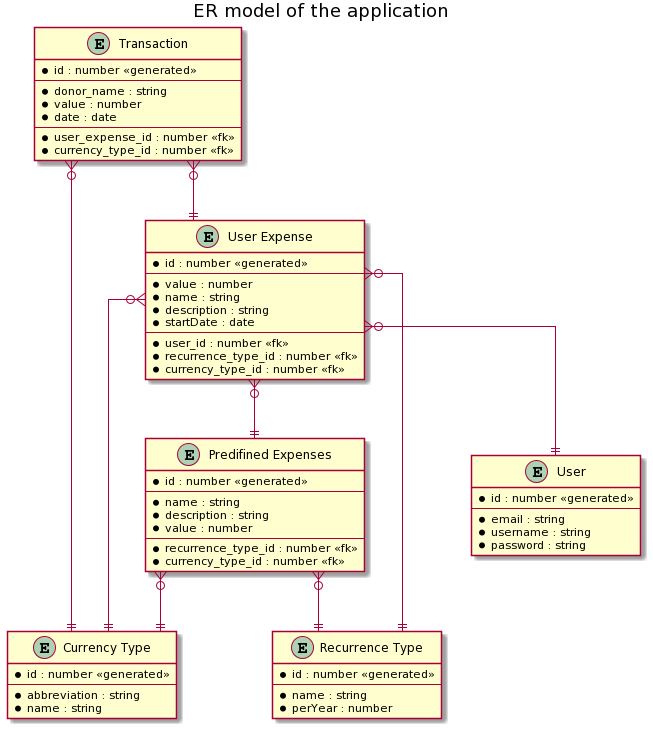
This is docs/img/er_model.png from szattila98/veryrezsi, a PlantUML export, as it was before one commit.
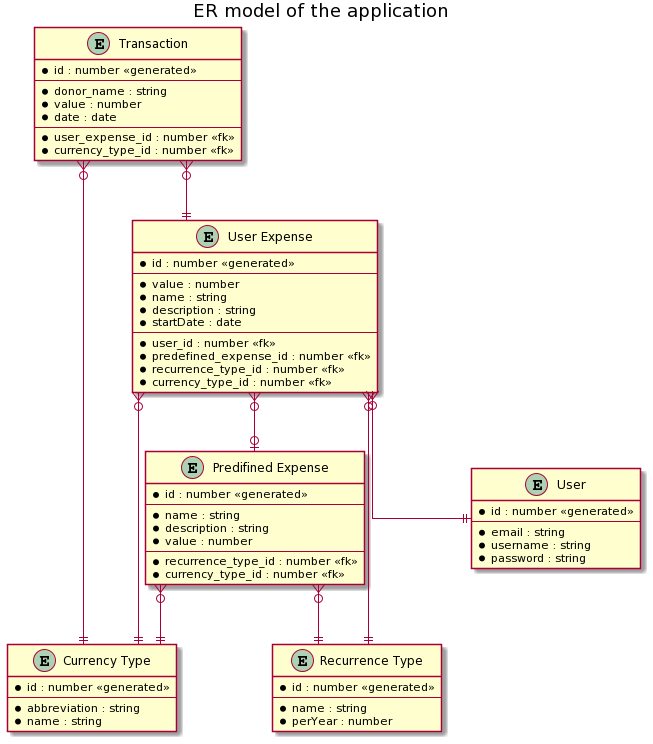
The same file after the commit.

Commit message:
Fixing things around Predefined expense in ER

The edit, as a diff of the source:
```diff
@@ -16,7 +16,7 @@
   * perYear : number
 }
 
-entity "Predifined Expenses" as pexp {
+entity "Predifined Expense" as pexp {
   * id : number <<generated>>
   ---
   * name : string
@@ -44,6 +44,7 @@
   * startDate : date
   ---
   * user_id : number <<fk>>
+  * predefined_expense_id : number <<fk>>
   * recurrence_type_id : number <<fk>>
   * currency_type_id : number <<fk>>
 }
@@ -65,7 +66,7 @@
 
 utran }o--|| uexp
 utran }o--|| currtp
-uexp }o--|| pexp
+uexp }o--o| pexp
 pexp }o--|| currtp
 pexp }o--|| recurrtp
 @enduml
```
